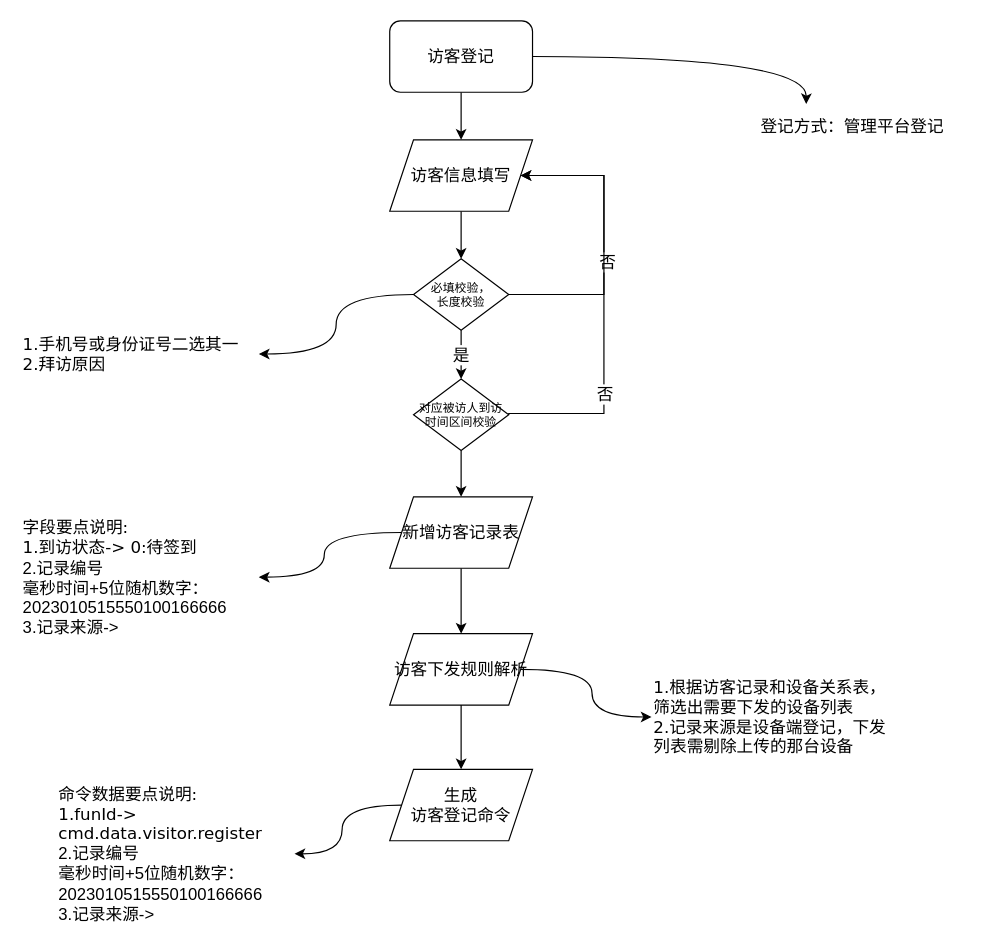
This is page "访客登记细化-管理平台登记" (3 of 11) of 访客功能-线下平台和设备交互流程.drawio from chwnjianhui/draw.io, a draw.io file, before an edit. Source tidied: cells renumbered, new cells numbered last; positions are measured from the earlier drawing's top-left corner, leaving out a move shared by most shapes. Both pictures are drawn from the tidied source at 119%, with x=0, y=0 at pixel (20, 20).
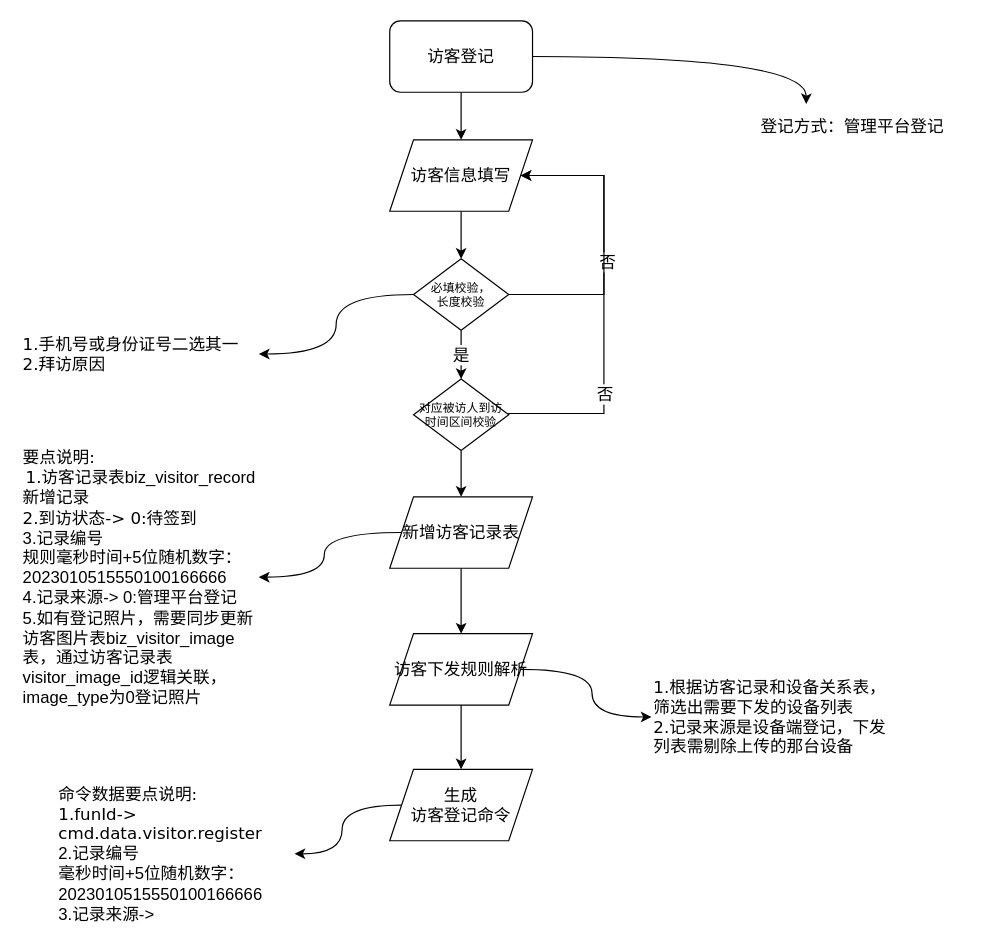
After the change.

Change to the diagram source:
```diff
@@
-    <mxCell id="20" value="&lt;font face=&quot;Verdana&quot;&gt;字段要点说明:&lt;/font&gt;&lt;br&gt;&lt;font face=&quot;Verdana&quot;&gt;1.到访状态-&amp;gt; 0:待签到&lt;br&gt;&lt;/font&gt;2.记录编号&lt;br&gt;毫秒时间+5位随机数字：2023010515550100166666&lt;br&gt;3.记录来源-&amp;gt;" style="text;html=1;strokeColor=none;fillColor=none;align=left;verticalAlign=middle;whiteSpace=wrap;rounded=0;fontSize=14;" parent="1" vertex="1">
+    <mxCell id="20" value="&lt;font style=&quot;border-color: var(--border-color);&quot; face=&quot;Verdana&quot;&gt;要点说明:&lt;/font&gt;&lt;br style=&quot;border-color: var(--border-color);&quot;&gt;&lt;div style=&quot;border-color: var(--border-color); text-align: center;&quot;&gt;&lt;font style=&quot;border-color: var(--border-color); background-color: initial;&quot; face=&quot;Verdana&quot;&gt;1.&lt;/font&gt;&lt;span style=&quot;border-color: var(--border-color); background-color: initial;&quot;&gt;访客记录表biz_visitor_record&lt;/span&gt;&lt;/div&gt;&lt;span style=&quot;border-color: var(--border-color); text-align: center;&quot;&gt;新增记录&lt;/span&gt;&lt;font style=&quot;border-color: var(--border-color);&quot; face=&quot;Verdana&quot;&gt;&lt;br style=&quot;border-color: var(--border-color);&quot;&gt;2.到访状态-&amp;gt; 0:待签到&lt;br style=&quot;border-color: var(--border-color);&quot;&gt;&lt;/font&gt;3.记录编号&lt;br style=&quot;border-color: var(--border-color);&quot;&gt;规则毫秒时间+5位随机数字：2023010515550100166666&lt;br style=&quot;border-color: var(--border-color);&quot;&gt;4.记录来源-&amp;gt; 0:管理平台登记&lt;br style=&quot;border-color: var(--border-color);&quot;&gt;5.如有登记照片，需要同步更新访客图片表biz_visitor_image表，通过访客记录表visitor_image_id逻辑关联，image_type为0登记照片" style="text;html=1;strokeColor=none;fillColor=none;align=left;verticalAlign=middle;whiteSpace=wrap;rounded=0;fontSize=14;" parent="1" vertex="1">
       <mxGeometry y="410" width="200" height="115" as="geometry" />
     </mxCell>
```
